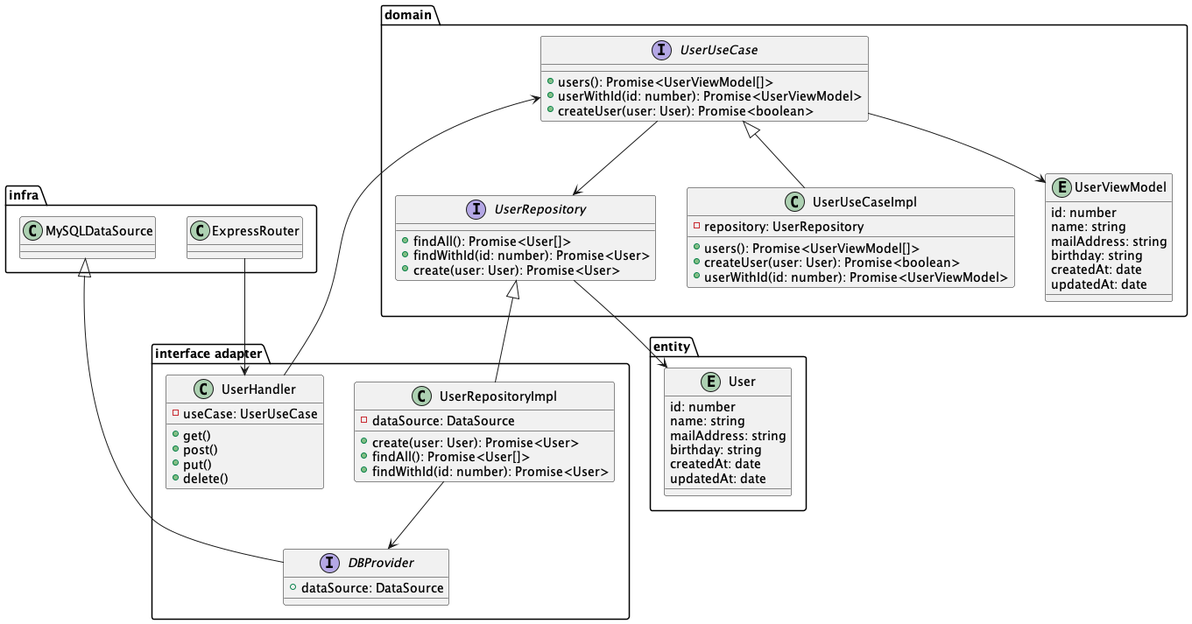
Above: uml.png in masajene/express-clean-architecture-sample (PlantUML), before the change.
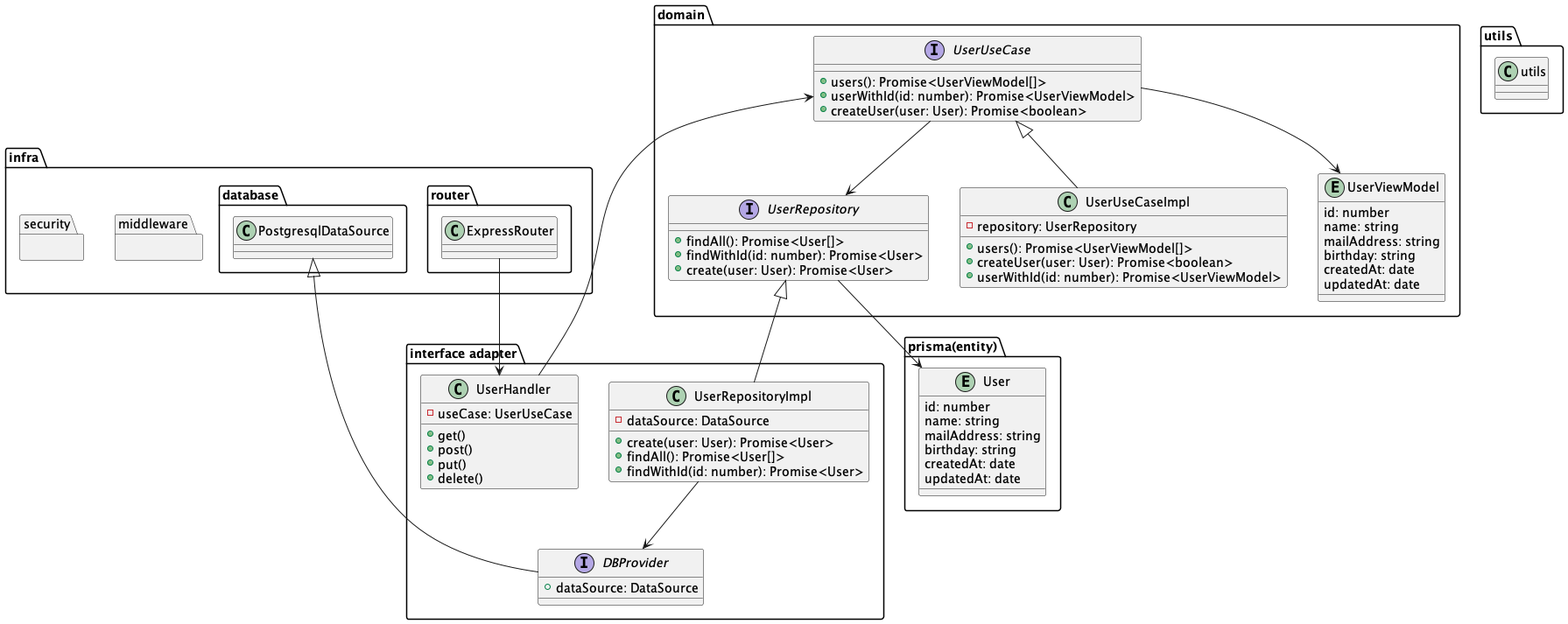
Above is the later version.

Commit message:
update file tree and uml

The edit, as a diff of the source:
```diff
@@ -1,9 +1,17 @@
 @startuml
 
 package "infra" {
-    class ExpressRouter {
+    package "router" {
+        class ExpressRouter {
+        }
     }
-    class MySQLDataSource {
+    package "database" {
+        class PostgresqlDataSource {
+        }
+    }
+    package "middleware" {
+    }
+    package "security" {
     }
 }
 
@@ -52,7 +60,7 @@
         updatedAt: date
     }
 }
-package "entity" {
+package "prisma(entity)" {
     entity User {
         id: number
         name: string
@@ -60,6 +68,11 @@
         birthday: string
         createdAt: date
         updatedAt: date
+    }
+}
+
+package "utils" {
+    class utils {
     }
 }
 
@@ -71,7 +84,7 @@
 UserRepository --> User
 
 UserRepositoryImpl --> DBProvider
-MySQLDataSource <|-- DBProvider
+PostgresqlDataSource <|-- DBProvider
 
 UserUseCase --> UserViewModel
 
```
